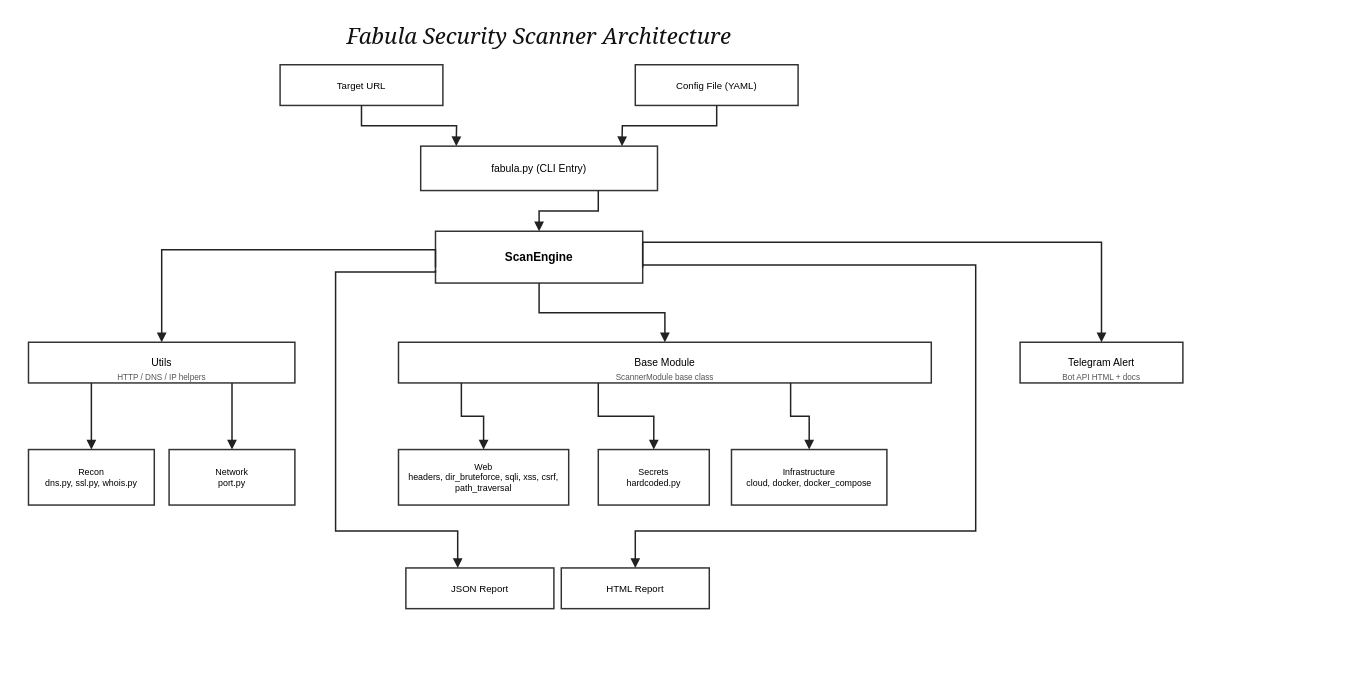
Before: diagram/fabula-security-scanner-architecture.drawio in zyneaa/fabula, a draw.io diagram. Source tidied: cells renumbered, new cells numbered last; positions are measured from the earlier drawing's top-left corner, leaving out a move shared by most shapes. Both pictures are drawn from the tidied source at 74%, with x=0, y=0 at pixel (28, 13).
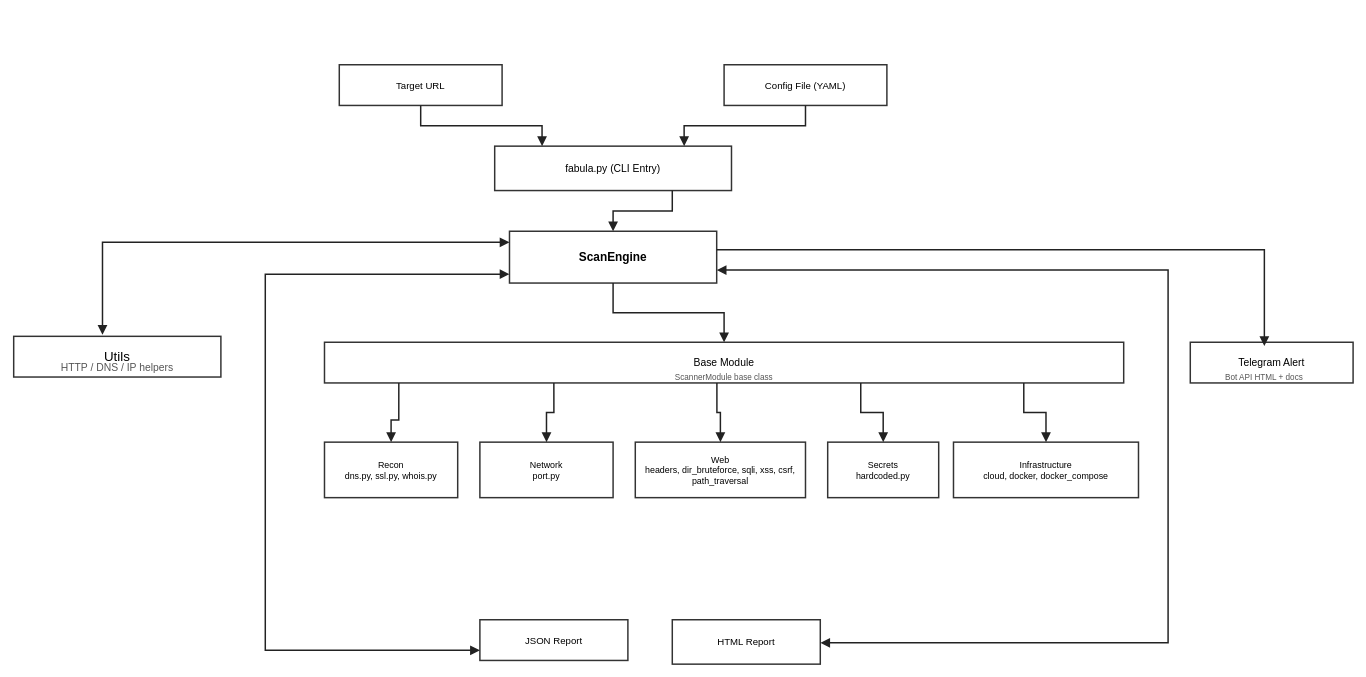
The same page after the edit.

Commit message (it also covers changes not shown here):
fixed the ci/cd flow diagram

The edit, as a diff of the source:
```diff
@@
-    <mxCell id="2" value="Fabula Security Scanner Architecture" style="text;html=1;strokeColor=none;fillColor=none;align=center;verticalAlign=middle;whiteSpace=wrap;rounded=0;fontFamily=Georgia;fontSize=30;fontStyle=2;textDecoration=underline 1;fontColor=#111111;" parent="1" vertex="1">
-      <mxGeometry x="190" width="1000" height="60" as="geometry" />
-    </mxCell>
     <mxCell id="3" value="Target URL" style="rounded=0;whiteSpace=wrap;html=1;fillColor=#ffffff;strokeColor=#333333;strokeWidth=2;fontSize=13;" parent="1" vertex="1">
-      <mxGeometry x="340" y="70" width="220" height="55" as="geometry" />
+      <mxGeometry x="420" y="70" width="220" height="55" as="geometry" />
     </mxCell>
     <mxCell id="4" value="Config File (YAML)" style="rounded=0;whiteSpace=wrap;html=1;fillColor=#ffffff;strokeColor=#333333;strokeWidth=2;fontSize=13;" parent="1" vertex="1">
-      <mxGeometry x="820" y="70" width="220" height="55" as="geometry" />
+      <mxGeometry x="940" y="70" width="220" height="55" as="geometry" />
     </mxCell>
     <mxCell id="5" value="fabula.py (CLI Entry)" style="rounded=0;whiteSpace=wrap;html=1;fillColor=#ffffff;strokeColor=#333333;strokeWidth=2;fontSize=14;" parent="1" vertex="1">
-      <mxGeometry x="530" y="180" width="320" height="60" as="geometry" />
+      <mxGeometry x="630" y="180" width="320" height="60" as="geometry" />
     </mxCell>
     <mxCell id="6" value="ScanEngine" style="rounded=0;whiteSpace=wrap;html=1;fillColor=#ffffff;strokeColor=#333333;strokeWidth=2;fontSize=16;fontStyle=1;" parent="1" vertex="1">
-      <mxGeometry x="550" y="295" width="280" height="70" as="geometry" />
+      <mxGeometry x="650" y="295" width="280" height="70" as="geometry" />
     </mxCell>
-    <mxCell id="7" value="Utils" style="rounded=0;whiteSpace=wrap;html=1;fillColor=#ffffff;strokeColor=#333333;strokeWidth=2;fontSize=14;" parent="1" vertex="1">
-      <mxGeometry y="445" width="360" height="55" as="geometry" />
+    <mxCell id="7" value="&lt;font style=&quot;font-size: 18px;&quot;&gt;Utils&lt;/font&gt;" style="rounded=0;whiteSpace=wrap;html=1;fillColor=#ffffff;strokeColor=#333333;strokeWidth=2;fontSize=14;" parent="1" vertex="1">
+      <mxGeometry x="-20" y="437" width="280" height="55" as="geometry" />
     </mxCell>
-    <mxCell id="8" value="HTTP / DNS / IP helpers" style="text;html=1;strokeColor=none;fillColor=none;align=center;verticalAlign=middle;whiteSpace=wrap;rounded=0;fontSize=11;fontColor=#555555;" parent="1" vertex="1">
-      <mxGeometry y="484" width="360" height="16" as="geometry" />
+    <mxCell id="8" value="&lt;font style=&quot;font-size: 14px;&quot;&gt;HTTP / DNS / IP helpers&lt;/font&gt;" style="text;html=1;strokeColor=none;fillColor=none;align=center;verticalAlign=middle;whiteSpace=wrap;rounded=0;fontSize=11;fontColor=#555555;" parent="1" vertex="1">
+      <mxGeometry x="-20" y="476" width="280" height="8" as="geometry" />
     </mxCell>
     <mxCell id="9" value="Base Module" style="rounded=0;whiteSpace=wrap;html=1;fillColor=#ffffff;strokeColor=#333333;strokeWidth=2;fontSize=14;" parent="1" vertex="1">
-      <mxGeometry x="500" y="445" width="720" height="55" as="geometry" />
+      <mxGeometry x="400" y="445" width="1080" height="55" as="geometry" />
     </mxCell>
     <mxCell id="10" value="ScannerModule base class" style="text;html=1;strokeColor=none;fillColor=none;align=center;verticalAlign=middle;whiteSpace=wrap;rounded=0;fontSize=11;fontColor=#555555;" parent="1" vertex="1">
-      <mxGeometry x="500" y="484" width="720" height="16" as="geometry" />
+      <mxGeometry x="400" y="484" width="1080" height="16" as="geometry" />
     </mxCell>
     <mxCell id="11" value="Telegram Alert" style="rounded=0;whiteSpace=wrap;html=1;fillColor=#ffffff;strokeColor=#333333;strokeWidth=2;fontSize=14;" parent="1" vertex="1">
-      <mxGeometry x="1340" y="445" width="220" height="55" as="geometry" />
+      <mxGeometry x="1570" y="445" width="220" height="55" as="geometry" />
     </mxCell>
     <mxCell id="12" value="Bot API HTML + docs" style="text;html=1;strokeColor=none;fillColor=none;align=center;verticalAlign=middle;whiteSpace=wrap;rounded=0;fontSize=11;fontColor=#555555;" parent="1" vertex="1">
-      <mxGeometry x="1340" y="484" width="220" height="16" as="geometry" />
+      <mxGeometry x="1560" y="484" width="220" height="16" as="geometry" />
     </mxCell>
     <mxCell id="13" value="Recon&#10;dns.py, ssl.py, whois.py" style="rounded=0;whiteSpace=wrap;html=1;fillColor=#ffffff;strokeColor=#333333;strokeWidth=2;fontSize=12;align=center;verticalAlign=middle;spacing=2;wrap=1;" parent="1" vertex="1">
-      <mxGeometry y="590" width="170" height="75" as="geometry" />
+      <mxGeometry x="400" y="580" width="180" height="75" as="geometry" />
     </mxCell>
     <mxCell id="14" value="Network&#10;port.py" style="rounded=0;whiteSpace=wrap;html=1;fillColor=#ffffff;strokeColor=#333333;strokeWidth=2;fontSize=12;align=center;verticalAlign=middle;spacing=2;wrap=1;" parent="1" vertex="1">
-      <mxGeometry x="190" y="590" width="170" height="75" as="geometry" />
+      <mxGeometry x="610" y="580" width="180" height="75" as="geometry" />
     </mxCell>
     <mxCell id="15" value="Web&#10;headers, dir_bruteforce, sqli, xss, csrf, path_traversal" style="rounded=0;whiteSpace=wrap;html=1;fillColor=#ffffff;strokeColor=#333333;strokeWidth=2;fontSize=12;align=center;verticalAlign=middle;spacing=2;wrap=1;" parent="1" vertex="1">
-      <mxGeometry x="500" y="590" width="230" height="75" as="geometry" />
+      <mxGeometry x="820" y="580" width="230" height="75" as="geometry" />
     </mxCell>
     <mxCell id="16" value="Secrets&#10;hardcoded.py" style="rounded=0;whiteSpace=wrap;html=1;fillColor=#ffffff;strokeColor=#333333;strokeWidth=2;fontSize=12;align=center;verticalAlign=middle;spacing=2;wrap=1;" parent="1" vertex="1">
-      <mxGeometry x="770" y="590" width="150" height="75" as="geometry" />
+      <mxGeometry x="1080" y="580" width="150" height="75" as="geometry" />
     </mxCell>
     <mxCell id="17" value="Infrastructure&#10;cloud, docker, docker_compose" style="rounded=0;whiteSpace=wrap;html=1;fillColor=#ffffff;strokeColor=#333333;strokeWidth=2;fontSize=12;align=center;verticalAlign=middle;spacing=2;wrap=1;" parent="1" vertex="1">
-      <mxGeometry x="950" y="590" width="210" height="75" as="geometry" />
+      <mxGeometry x="1250" y="580" width="250" height="75" as="geometry" />
     </mxCell>
     <mxCell id="18" value="JSON Report" style="rounded=0;whiteSpace=wrap;html=1;fillColor=#ffffff;strokeColor=#333333;strokeWidth=2;fontSize=13;" parent="1" vertex="1">
-      <mxGeometry x="510" y="750" width="200" height="55" as="geometry" />
+      <mxGeometry x="610" y="820" width="200" height="55" as="geometry" />
     </mxCell>
     <mxCell id="19" value="HTML Report" style="rounded=0;whiteSpace=wrap;html=1;fillColor=#ffffff;strokeColor=#333333;strokeWidth=2;fontSize=13;" parent="1" vertex="1">
-      <mxGeometry x="720" y="750" width="200" height="55" as="geometry" />
+      <mxGeometry x="870" y="820" width="200" height="60" as="geometry" />
     </mxCell>
-    <mxCell id="20" style="edgeStyle=orthogonalEdgeStyle;rounded=0;html=1;endArrow=block;endSize=8;endFill=1;strokeWidth=2;strokeColor=#222222;exitX=0.5;exitY=1;entryX=0.15;entryY=0;" parent="1" edge="1" source="3">
-      <mxGeometry relative="1" as="geometry">
-        <mxPoint x="578" y="180" as="targetPoint" />
-      </mxGeometry>
+    <mxCell id="20" style="edgeStyle=orthogonalEdgeStyle;rounded=0;html=1;endArrow=block;endSize=8;endFill=1;strokeWidth=2;strokeColor=#222222;exitX=0.5;exitY=1;entryX=0.2;entryY=0;" parent="1" edge="1" source="3" target="5">
+      <mxGeometry relative="1" as="geometry" />
     </mxCell>
-    <mxCell id="21" style="edgeStyle=orthogonalEdgeStyle;rounded=0;html=1;endArrow=block;endSize=8;endFill=1;strokeWidth=2;strokeColor=#222222;exitX=0.5;exitY=1;entryX=0.85;entryY=0;" parent="1" edge="1" source="4">
-      <mxGeometry relative="1" as="geometry">
-        <mxPoint x="802" y="180" as="targetPoint" />
-      </mxGeometry>
+    <mxCell id="21" style="edgeStyle=orthogonalEdgeStyle;rounded=0;html=1;endArrow=block;endSize=8;endFill=1;strokeWidth=2;strokeColor=#222222;exitX=0.5;exitY=1;entryX=0.8;entryY=0;" parent="1" edge="1" source="4" target="5">
+      <mxGeometry relative="1" as="geometry" />
     </mxCell>
@@
-    <mxCell id="23" style="edgeStyle=orthogonalEdgeStyle;rounded=0;html=1;endArrow=block;endSize=8;endFill=1;strokeWidth=2;strokeColor=#222222;exitX=0;exitY=0.7;entryX=0.5;entryY=0;" parent="1" edge="1" source="6" target="7">
+    <mxCell id="23" style="edgeStyle=orthogonalEdgeStyle;rounded=0;html=1;startArrow=block;startSize=8;startFill=1;endArrow=block;endSize=8;endFill=1;strokeWidth=2;strokeColor=#222222;entryX=0.5;entryY=0;" parent="1" edge="1">
       <mxGeometry relative="1" as="geometry">
+        <mxPoint x="650" y="310" as="sourcePoint" />
+        <mxPoint x="100" y="435" as="targetPoint" />
         <Array as="points">
-          <mxPoint x="550" y="320" />
-          <mxPoint x="180" y="320" />
+          <mxPoint x="100" y="310" />
         </Array>
       </mxGeometry>
     </mxCell>
@@
-    <mxCell id="25" style="edgeStyle=orthogonalEdgeStyle;rounded=0;html=1;endArrow=block;endSize=8;endFill=1;strokeWidth=2;strokeColor=#222222;exitX=1;exitY=0.7;entryX=0.5;entryY=0;" parent="1" edge="1" source="6" target="11">
+    <mxCell id="25" style="edgeStyle=orthogonalEdgeStyle;rounded=0;html=1;endArrow=block;endSize=8;endFill=1;strokeWidth=2;strokeColor=#222222;exitX=1;exitY=0.7;entryX=0.455;entryY=0.091;entryDx=0;entryDy=0;entryPerimeter=0;" parent="1" edge="1" target="11">
       <mxGeometry relative="1" as="geometry">
+        <mxPoint x="930" y="320" as="sourcePoint" />
         <Array as="points">
-          <mxPoint x="830" y="310" />
-          <mxPoint x="1450" y="310" />
+          <mxPoint x="1670.1" y="320" />
         </Array>
       </mxGeometry>
     </mxCell>
-    <mxCell id="26" style="edgeStyle=orthogonalEdgeStyle;rounded=0;html=1;endArrow=block;endSize=8;endFill=1;strokeWidth=2;strokeColor=#222222;exitX=0.236;exitY=1;entryX=0.5;entryY=0;" parent="1" edge="1" source="7" target="13">
-      <mxGeometry relative="1" as="geometry" />
+    <mxCell id="26" style="edgeStyle=orthogonalEdgeStyle;rounded=0;html=1;endArrow=block;endSize=8;endFill=1;strokeWidth=2;strokeColor=#222222;exitX=0.093;exitY=1;entryX=0.5;entryY=0;" parent="1" edge="1" source="9" target="13">
+      <mxGeometry relative="1" as="geometry">
+        <Array as="points">
+          <mxPoint x="500.4" y="550" />
+          <mxPoint x="490" y="550" />
+        </Array>
+      </mxGeometry>
     </mxCell>
-    <mxCell id="27" style="edgeStyle=orthogonalEdgeStyle;rounded=0;html=1;endArrow=block;endSize=8;endFill=1;strokeWidth=2;strokeColor=#222222;exitX=0.764;exitY=1;entryX=0.5;entryY=0;" parent="1" edge="1" source="7" target="14">
+    <mxCell id="27" style="edgeStyle=orthogonalEdgeStyle;rounded=0;html=1;endArrow=block;endSize=8;endFill=1;strokeWidth=2;strokeColor=#222222;exitX=0.287;exitY=1;entryX=0.5;entryY=0;" parent="1" edge="1" source="9" target="14">
       <mxGeometry relative="1" as="geometry" />
     </mxCell>
-    <mxCell id="28" style="edgeStyle=orthogonalEdgeStyle;rounded=0;html=1;endArrow=block;endSize=8;endFill=1;strokeWidth=2;strokeColor=#222222;exitX=0.118;exitY=1;entryX=0.5;entryY=0;" parent="1" edge="1" source="9" target="15">
+    <mxCell id="28" style="edgeStyle=orthogonalEdgeStyle;rounded=0;html=1;endArrow=block;endSize=8;endFill=1;strokeWidth=2;strokeColor=#222222;exitX=0.491;exitY=1;entryX=0.5;entryY=0;" parent="1" edge="1" source="9" target="15">
       <mxGeometry relative="1" as="geometry" />
     </mxCell>
-    <mxCell id="29" style="edgeStyle=orthogonalEdgeStyle;rounded=0;html=1;endArrow=block;endSize=8;endFill=1;strokeWidth=2;strokeColor=#222222;exitX=0.375;exitY=1;entryX=0.5;entryY=0;" parent="1" edge="1" source="9" target="16">
+    <mxCell id="29" style="edgeStyle=orthogonalEdgeStyle;rounded=0;html=1;endArrow=block;endSize=8;endFill=1;strokeWidth=2;strokeColor=#222222;exitX=0.671;exitY=1;entryX=0.5;entryY=0;" parent="1" edge="1" source="9" target="16">
       <mxGeometry relative="1" as="geometry" />
     </mxCell>
-    <mxCell id="30" style="edgeStyle=orthogonalEdgeStyle;rounded=0;html=1;endArrow=block;endSize=8;endFill=1;strokeWidth=2;strokeColor=#222222;exitX=0.736;exitY=1;entryX=0.5;entryY=0;" parent="1" edge="1" source="9" target="17">
+    <mxCell id="30" style="edgeStyle=orthogonalEdgeStyle;rounded=0;html=1;endArrow=block;endSize=8;endFill=1;strokeWidth=2;strokeColor=#222222;exitX=0.875;exitY=1;entryX=0.5;entryY=0;" parent="1" edge="1" source="9" target="17">
       <mxGeometry relative="1" as="geometry" />
     </mxCell>
-    <mxCell id="31" style="edgeStyle=orthogonalEdgeStyle;rounded=0;html=1;endArrow=block;endSize=8;endFill=1;strokeWidth=2;strokeColor=#222222;exitX=1;exitY=0.65;entryX=0.5;entryY=0;" parent="1" edge="1">
-      <mxGeometry relative="1" as="geometry">
-        <mxPoint x="830" y="340.5" as="sourcePoint" />
-        <mxPoint x="820" y="750" as="targetPoint" />
-        <Array as="points">
-          <mxPoint x="1280" y="340.5" />
-          <mxPoint x="1280" y="700" />
-          <mxPoint x="820" y="700" />
-        </Array>
-      </mxGeometry>
-    </mxCell>
-    <mxCell id="32" style="edgeStyle=orthogonalEdgeStyle;rounded=0;html=1;endArrow=block;endSize=8;endFill=1;strokeWidth=2;strokeColor=#222222;exitX=0;exitY=0.75;exitDx=0;exitDy=0;entryX=0.35;entryY=0;entryDx=0;entryDy=0;entryPerimeter=0;" parent="1" edge="1" source="6" target="18">
-      <mxGeometry relative="1" as="geometry">
-        <Array as="points">
-          <mxPoint x="550" y="350" />
-          <mxPoint x="415" y="350" />
-          <mxPoint x="415" y="700" />
-          <mxPoint x="580" y="700" />
-        </Array>
-      </mxGeometry>
-    </mxCell>
+    <mxCell id="33" style="edgeStyle=orthogonalEdgeStyle;rounded=0;html=1;startArrow=block;startSize=8;startFill=1;endArrow=block;endSize=8;endFill=1;strokeWidth=2;strokeColor=#222222;entryX=0;entryY=0.75;entryDx=0;entryDy=0;" parent="1" edge="1" target="18">
+      <mxGeometry relative="1" as="geometry">
+        <mxPoint x="650" y="353" as="sourcePoint" />
+        <Array as="points">
+          <mxPoint x="320" y="353" />
+          <mxPoint x="320" y="861.3" />
+        </Array>
+      </mxGeometry>
+    </mxCell>
+    <mxCell id="34" style="edgeStyle=orthogonalEdgeStyle;rounded=0;html=1;startArrow=block;startSize=8;startFill=1;endArrow=block;endSize=8;endFill=1;strokeWidth=2;strokeColor=#222222;exitX=1;exitY=0.75;exitDx=0;exitDy=0;" parent="1" edge="1" source="6">
+      <mxGeometry relative="1" as="geometry">
+        <mxPoint x="1070" y="851.2" as="targetPoint" />
+        <Array as="points">
+          <mxPoint x="1540" y="347.4" />
+          <mxPoint x="1540" y="851.3" />
+        </Array>
+      </mxGeometry>
+    </mxCell>
```
